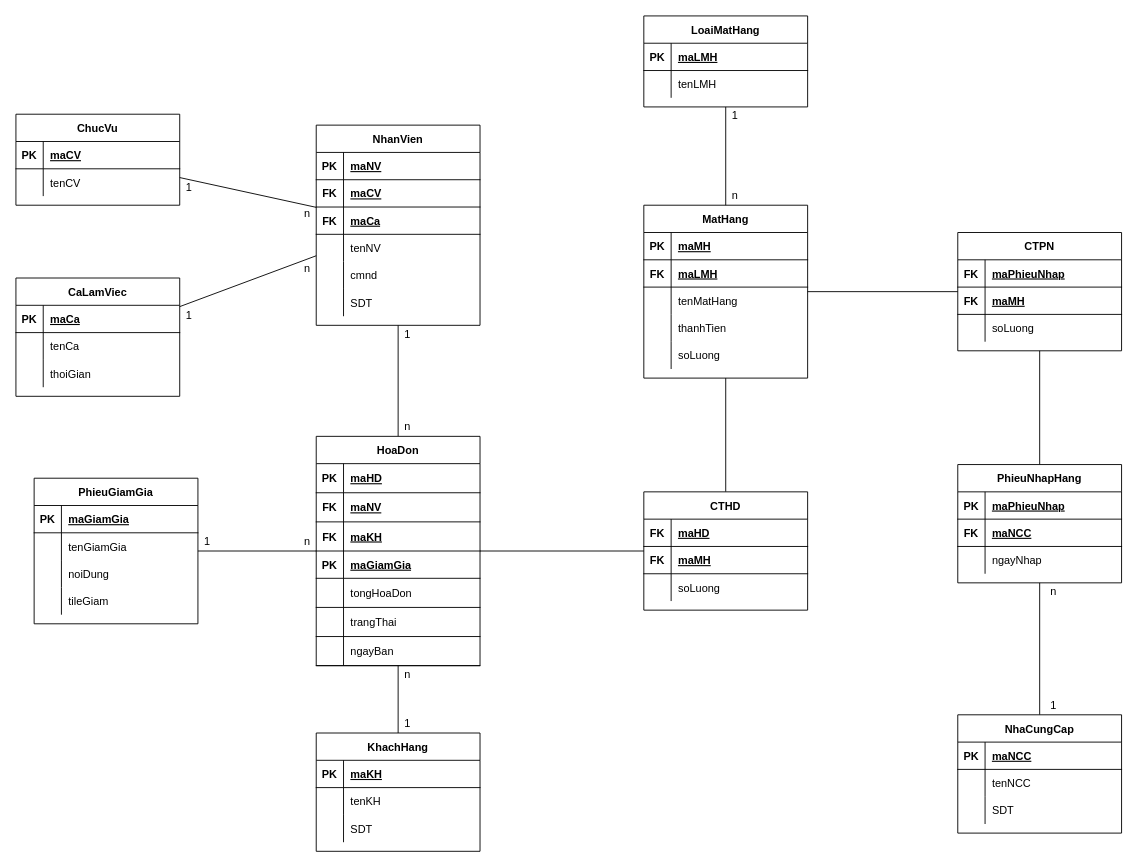
Earlier version of the draw.io diagram docs/ERD.drawio (EdgarIgnite16/Mini-Store-Manager). Source tidied: cells renumbered, new cells numbered last; positions are measured from the earlier drawing's top-left corner, leaving out a move shared by most shapes. Both pictures are drawn from the tidied source at 91%, with x=0, y=0 at pixel (15, 15).
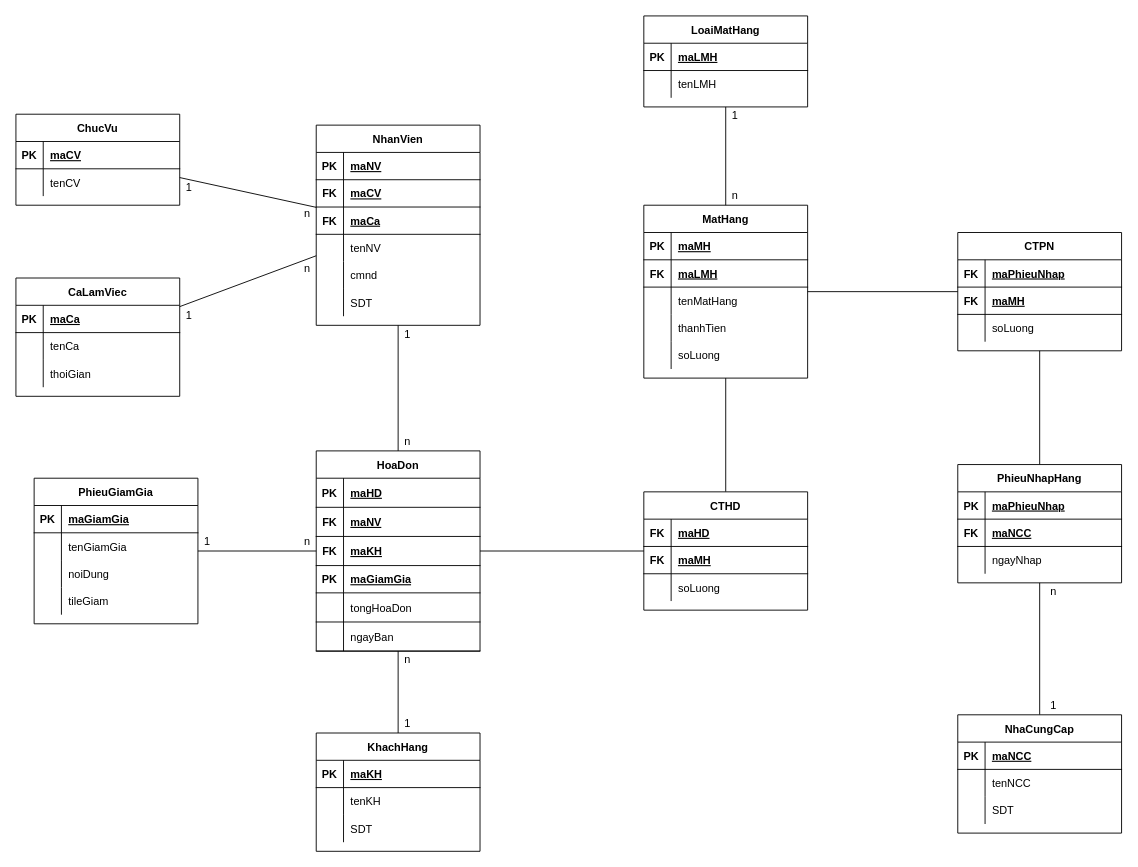
The same diagram, later.

Change to the diagram source:
```diff
@@
     <mxCell id="14" value="n" style="text;html=1;align=center;verticalAlign=middle;strokeColor=none;fillColor=none;" parent="1" vertex="1">
-      <mxGeometry x="420" y="442" width="20" height="20" as="geometry" />
+      <mxGeometry x="420" y="458" width="20" height="20" as="geometry" />
     </mxCell>
     <mxCell id="15" value="n" style="text;html=1;align=center;verticalAlign=middle;strokeColor=none;fillColor=none;" parent="1" vertex="1">
-      <mxGeometry x="420" y="714" width="20" height="20" as="geometry" />
+      <mxGeometry x="420" y="698" width="20" height="20" as="geometry" />
     </mxCell>
@@
     <mxCell id="55" value="HoaDon" style="shape=table;startSize=30;childLayout=tableLayout;rowLines=0;fontStyle=1;align=center;strokeColor=default;" parent="1" vertex="1">
-      <mxGeometry x="330" y="462" width="180" height="252" as="geometry" />
+      <mxGeometry x="330" y="478" width="180" height="220" as="geometry" />
     </mxCell>
@@
-    <mxCell id="71" style="shape=tableRow;horizontal=0;startSize=0;swimlaneHead=0;swimlaneBody=0;fillColor=none;top=0;left=0;right=0;bottom=1;strokeColor=default;" parent="55" vertex="1">
-      <mxGeometry y="188" width="180" height="32" as="geometry" />
-    </mxCell>
-    <mxCell id="72" style="shape=partialRectangle;fillColor=none;top=0;left=0;bottom=0;right=0;fontStyle=1;overflow=hidden;strokeColor=default;" parent="71" vertex="1">
-      <mxGeometry width="30" height="32" as="geometry" />
-    </mxCell>
-    <mxCell id="73" value="trangThai" style="shape=partialRectangle;fillColor=none;top=0;left=0;bottom=0;right=0;align=left;spacingLeft=6;fontStyle=0;overflow=hidden;strokeColor=default;" parent="71" vertex="1">
-      <mxGeometry x="30" width="150" height="32" as="geometry" />
-    </mxCell>
     <mxCell id="74" style="shape=tableRow;horizontal=0;startSize=0;swimlaneHead=0;swimlaneBody=0;fillColor=none;top=0;left=0;right=0;bottom=1;strokeColor=default;" parent="55" vertex="1">
-      <mxGeometry y="220" width="180" height="32" as="geometry" />
+      <mxGeometry y="188" width="180" height="32" as="geometry" />
     </mxCell>
```
